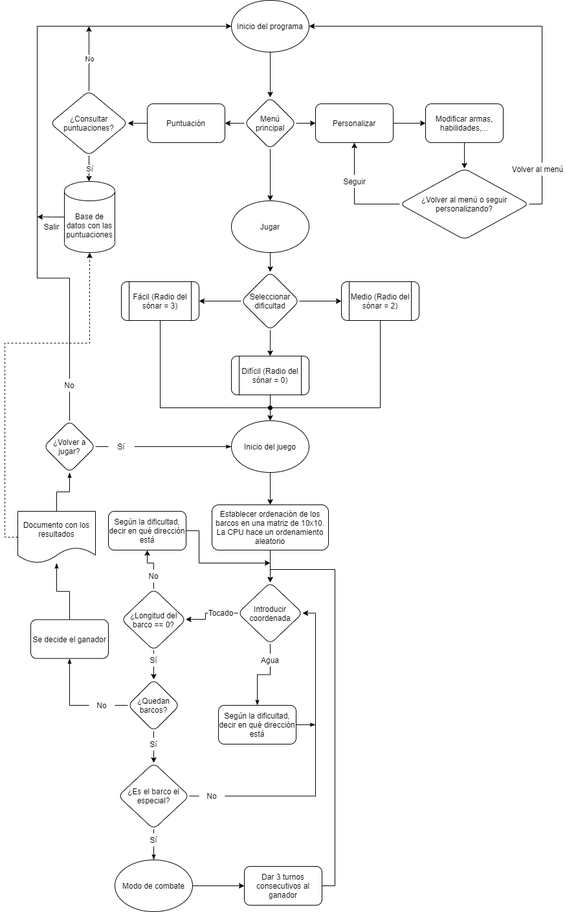
aigora/twIE_2021-proyecto-buque-insignia keeps this draw.io diagram as Diagrama de flujo.png. Above is the earlier version. Source tidied: cells renumbered, new cells last; positions are measured from the earlier drawing's top-left corner, leaving out a move shared by most shapes.
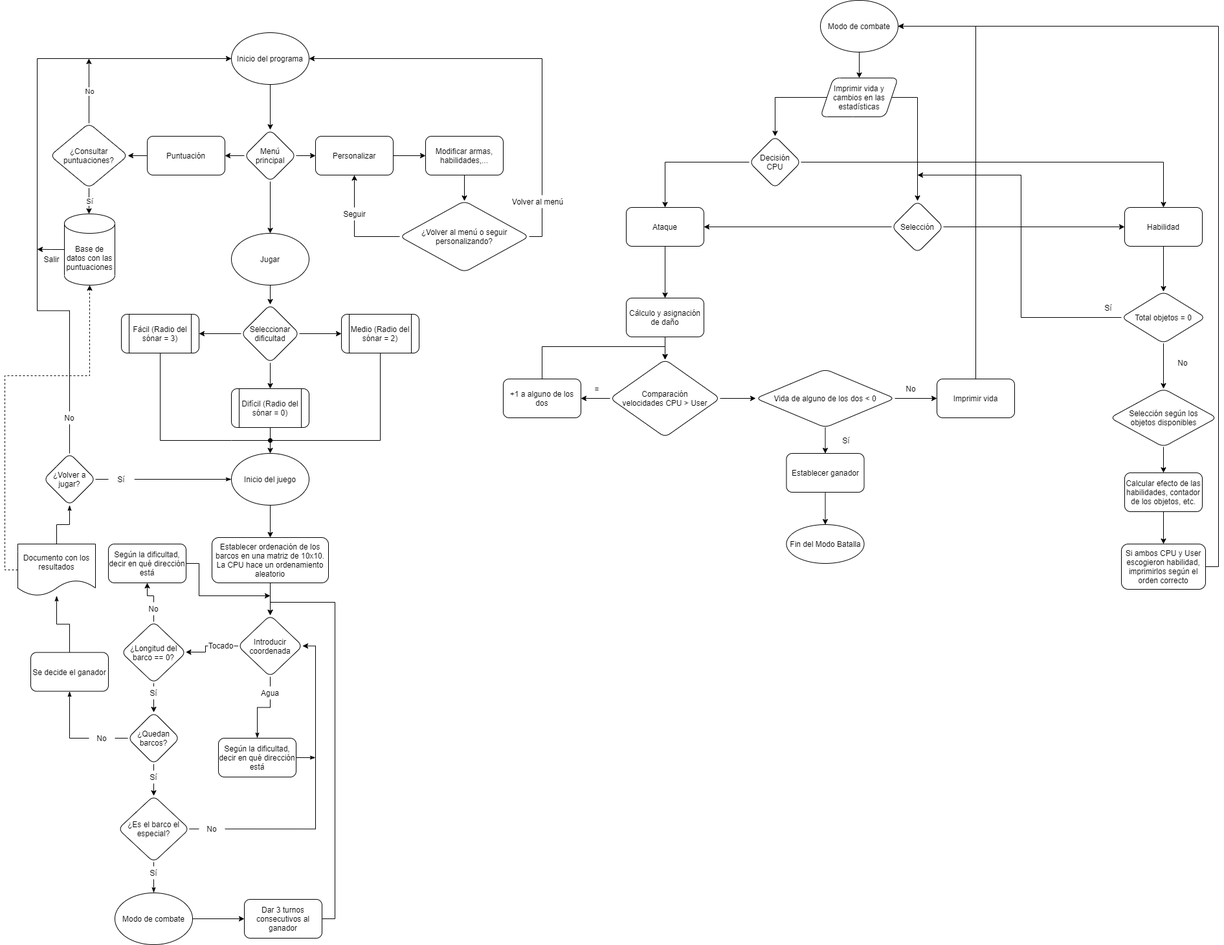
Above is the later version.

Change to the diagram source:
```diff
@@ -303,5 +303,147 @@
     <mxCell id="83" value="Seguir" style="text;html=1;align=center;verticalAlign=middle;fillColor=#ffffff;" parent="1" vertex="1">
       <mxGeometry x="515" y="270" width="50" height="20" as="geometry" />
     </mxCell>
+    <mxCell id="84" style="edgeStyle=orthogonalEdgeStyle;rounded=0;jettySize=auto;html=1;" parent="1" edge="1" source="85" target="88">
+      <mxGeometry relative="1" as="geometry" />
+    </mxCell>
+    <mxCell id="85" value="Modo de combate" style="ellipse;whiteSpace=wrap;html=1;rounded=1;" parent="1" vertex="1">
+      <mxGeometry x="1260" y="-50" width="120" height="80" as="geometry" />
+    </mxCell>
+    <mxCell id="86" style="edgeStyle=orthogonalEdgeStyle;rounded=0;jettySize=auto;html=1;" parent="1" edge="1" source="88" target="116">
+      <mxGeometry relative="1" as="geometry" />
+    </mxCell>
+    <mxCell id="87" style="edgeStyle=orthogonalEdgeStyle;rounded=0;jettySize=auto;html=1;exitX=1;exitY=0.5;exitDx=0;exitDy=0;entryX=0.5;entryY=0;entryDx=0;entryDy=0;" parent="1" edge="1" source="88" target="91">
+      <mxGeometry relative="1" as="geometry">
+        <Array as="points">
+          <mxPoint x="1410" y="100" />
+        </Array>
+      </mxGeometry>
+    </mxCell>
+    <mxCell id="88" value="Imprimir vida y cambios en las estadísticas" style="shape=parallelogram;perimeter=parallelogramPerimeter;whiteSpace=wrap;html=1;fixedSize=1;rounded=1;" parent="1" vertex="1">
+      <mxGeometry x="1260" y="70" width="120" height="60" as="geometry" />
+    </mxCell>
+    <mxCell id="89" style="edgeStyle=orthogonalEdgeStyle;rounded=0;jettySize=auto;html=1;" parent="1" edge="1" source="91" target="93">
+      <mxGeometry relative="1" as="geometry" />
+    </mxCell>
+    <mxCell id="90" style="edgeStyle=orthogonalEdgeStyle;rounded=0;jettySize=auto;html=1;" parent="1" edge="1" source="91" target="95">
+      <mxGeometry relative="1" as="geometry" />
+    </mxCell>
+    <mxCell id="91" value="Selección" style="rhombus;whiteSpace=wrap;html=1;rounded=1;" parent="1" vertex="1">
+      <mxGeometry x="1370" y="260" width="80" height="80" as="geometry" />
+    </mxCell>
+    <mxCell id="92" style="edgeStyle=orthogonalEdgeStyle;rounded=0;jettySize=auto;html=1;" parent="1" edge="1" source="93" target="97">
+      <mxGeometry relative="1" as="geometry" />
+    </mxCell>
+    <mxCell id="93" value="Ataque" style="whiteSpace=wrap;html=1;rounded=1;" parent="1" vertex="1">
+      <mxGeometry x="960" y="270" width="120" height="60" as="geometry" />
+    </mxCell>
+    <mxCell id="94" style="edgeStyle=orthogonalEdgeStyle;rounded=0;jettySize=auto;html=1;" parent="1" edge="1" source="95" target="119">
+      <mxGeometry relative="1" as="geometry" />
+    </mxCell>
+    <mxCell id="95" value="Habilidad" style="whiteSpace=wrap;html=1;rounded=1;" parent="1" vertex="1">
+      <mxGeometry x="1730" y="270" width="120" height="60" as="geometry" />
+    </mxCell>
+    <mxCell id="96" style="edgeStyle=orthogonalEdgeStyle;rounded=0;jettySize=auto;html=1;" parent="1" edge="1" source="97" target="100">
+      <mxGeometry relative="1" as="geometry" />
+    </mxCell>
+    <mxCell id="97" value="Cálculo y asignación de daño" style="whiteSpace=wrap;html=1;rounded=1;" parent="1" vertex="1">
+      <mxGeometry x="960" y="410" width="120" height="60" as="geometry" />
+    </mxCell>
+    <mxCell id="98" style="edgeStyle=orthogonalEdgeStyle;rounded=0;jettySize=auto;html=1;" parent="1" edge="1" source="100" target="102">
+      <mxGeometry relative="1" as="geometry" />
+    </mxCell>
+    <mxCell id="99" style="edgeStyle=orthogonalEdgeStyle;rounded=0;jettySize=auto;html=1;" parent="1" edge="1" source="100" target="106">
+      <mxGeometry relative="1" as="geometry" />
+    </mxCell>
+    <mxCell id="100" value="Comparación&lt;br&gt;velocidades CPU &amp;gt; User" style="rhombus;whiteSpace=wrap;html=1;rounded=1;" parent="1" vertex="1">
+      <mxGeometry x="935" y="505" width="170" height="120" as="geometry" />
+    </mxCell>
+    <mxCell id="101" style="edgeStyle=orthogonalEdgeStyle;rounded=0;jettySize=auto;html=1;exitX=0.5;exitY=0;exitDx=0;exitDy=0;entryX=0.5;entryY=0;entryDx=0;entryDy=0;" parent="1" edge="1" source="102" target="100">
+      <mxGeometry relative="1" as="geometry" />
+    </mxCell>
+    <mxCell id="102" value="+1 a alguno de los dos" style="whiteSpace=wrap;html=1;rounded=1;" parent="1" vertex="1">
+      <mxGeometry x="770" y="535" width="120" height="60" as="geometry" />
+    </mxCell>
+    <mxCell id="103" value="=" style="text;html=1;strokeColor=none;fillColor=none;align=center;verticalAlign=middle;whiteSpace=wrap;rounded=0;" parent="1" vertex="1">
+      <mxGeometry x="895" y="540" width="40" height="20" as="geometry" />
+    </mxCell>
+    <mxCell id="104" style="edgeStyle=orthogonalEdgeStyle;rounded=0;jettySize=auto;html=1;" parent="1" edge="1" source="106" target="108">
+      <mxGeometry relative="1" as="geometry" />
+    </mxCell>
+    <mxCell id="105" style="edgeStyle=orthogonalEdgeStyle;rounded=0;jettySize=auto;html=1;" parent="1" edge="1" source="106" target="110">
+      <mxGeometry relative="1" as="geometry" />
+    </mxCell>
+    <mxCell id="106" value="Vida de alguno de los dos &amp;lt; 0" style="rhombus;whiteSpace=wrap;html=1;rounded=1;" parent="1" vertex="1">
+      <mxGeometry x="1160" y="520" width="215" height="90" as="geometry" />
+    </mxCell>
+    <mxCell id="107" style="edgeStyle=orthogonalEdgeStyle;rounded=0;jettySize=auto;html=1;exitX=0.5;exitY=0;exitDx=0;exitDy=0;entryX=1;entryY=0.5;entryDx=0;entryDy=0;" parent="1" edge="1" source="108" target="85">
+      <mxGeometry relative="1" as="geometry" />
+    </mxCell>
+    <mxCell id="108" value="Imprimir vida" style="whiteSpace=wrap;html=1;rounded=1;" parent="1" vertex="1">
+      <mxGeometry x="1440" y="535" width="120" height="60" as="geometry" />
+    </mxCell>
+    <mxCell id="109" style="edgeStyle=orthogonalEdgeStyle;rounded=0;jettySize=auto;html=1;" parent="1" edge="1" source="110" target="111">
+      <mxGeometry relative="1" as="geometry" />
+    </mxCell>
+    <mxCell id="110" value="Establecer ganador" style="whiteSpace=wrap;html=1;rounded=1;gradientColor=#ffffff;" parent="1" vertex="1">
+      <mxGeometry x="1207.5" y="650" width="120" height="60" as="geometry" />
+    </mxCell>
+    <mxCell id="111" value="Fin del Modo Batalla" style="ellipse;whiteSpace=wrap;html=1;rounded=1;gradientColor=#ffffff;" parent="1" vertex="1">
+      <mxGeometry x="1207.5" y="760" width="120" height="60" as="geometry" />
+    </mxCell>
+    <mxCell id="112" value="Sí" style="text;html=1;strokeColor=none;fillColor=none;align=center;verticalAlign=middle;whiteSpace=wrap;rounded=0;" parent="1" vertex="1">
+      <mxGeometry x="1280" y="620" width="40" height="20" as="geometry" />
+    </mxCell>
+    <mxCell id="113" value="No" style="text;html=1;strokeColor=none;fillColor=none;align=center;verticalAlign=middle;whiteSpace=wrap;rounded=0;" parent="1" vertex="1">
+      <mxGeometry x="1380" y="540" width="40" height="20" as="geometry" />
+    </mxCell>
+    <mxCell id="114" style="edgeStyle=orthogonalEdgeStyle;rounded=0;jettySize=auto;html=1;exitX=0;exitY=0.5;exitDx=0;exitDy=0;entryX=0.5;entryY=0;entryDx=0;entryDy=0;" parent="1" edge="1" source="116" target="93">
+      <mxGeometry relative="1" as="geometry" />
+    </mxCell>
+    <mxCell id="115" style="edgeStyle=orthogonalEdgeStyle;rounded=0;jettySize=auto;html=1;exitX=1;exitY=0.5;exitDx=0;exitDy=0;entryX=0.5;entryY=0;entryDx=0;entryDy=0;" parent="1" edge="1" source="116" target="95">
+      <mxGeometry relative="1" as="geometry" />
+    </mxCell>
+    <mxCell id="116" value="Decisión&lt;br&gt;CPU" style="rhombus;whiteSpace=wrap;html=1;rounded=1;" parent="1" vertex="1">
+      <mxGeometry x="1150" y="160" width="80" height="80" as="geometry" />
+    </mxCell>
+    <mxCell id="117" style="edgeStyle=orthogonalEdgeStyle;rounded=0;jettySize=auto;html=1;exitX=0;exitY=0.5;exitDx=0;exitDy=0;" parent="1" edge="1" source="119">
+      <mxGeometry relative="1" as="geometry">
+        <mxPoint x="1410" y="220" as="targetPoint" />
+        <Array as="points">
+          <mxPoint x="1570" y="440" />
+          <mxPoint x="1570" y="220" />
+        </Array>
+      </mxGeometry>
+    </mxCell>
+    <mxCell id="118" style="edgeStyle=orthogonalEdgeStyle;rounded=0;jettySize=auto;html=1;" parent="1" edge="1" source="119" target="122">
+      <mxGeometry relative="1" as="geometry" />
+    </mxCell>
+    <mxCell id="119" value="Total objetos = 0" style="rhombus;whiteSpace=wrap;html=1;rounded=1;" parent="1" vertex="1">
+      <mxGeometry x="1725" y="400" width="130" height="80" as="geometry" />
+    </mxCell>
+    <mxCell id="120" value="Sí" style="text;html=1;strokeColor=none;fillColor=none;align=center;verticalAlign=middle;whiteSpace=wrap;rounded=0;" parent="1" vertex="1">
+      <mxGeometry x="1685" y="415" width="40" height="20" as="geometry" />
+    </mxCell>
+    <mxCell id="121" style="edgeStyle=orthogonalEdgeStyle;rounded=0;jettySize=auto;html=1;" parent="1" edge="1" source="122" target="125">
+      <mxGeometry relative="1" as="geometry" />
+    </mxCell>
+    <mxCell id="122" value="Selección según los&lt;br&gt;objetos disponibles" style="rhombus;whiteSpace=wrap;html=1;rounded=1;" parent="1" vertex="1">
+      <mxGeometry x="1707.5" y="550" width="165" height="90" as="geometry" />
+    </mxCell>
+    <mxCell id="123" value="No" style="text;html=1;strokeColor=none;fillColor=none;align=center;verticalAlign=middle;whiteSpace=wrap;rounded=0;" parent="1" vertex="1">
+      <mxGeometry x="1800" y="500" width="40" height="20" as="geometry" />
+    </mxCell>
+    <mxCell id="124" style="edgeStyle=orthogonalEdgeStyle;rounded=0;jettySize=auto;html=1;" parent="1" edge="1" source="125" target="127">
+      <mxGeometry relative="1" as="geometry" />
+    </mxCell>
+    <mxCell id="125" value="Calcular efecto de las habilidades, contador de los objetos, etc." style="whiteSpace=wrap;html=1;rounded=1;" parent="1" vertex="1">
+      <mxGeometry x="1730" y="680" width="120" height="60" as="geometry" />
+    </mxCell>
+    <mxCell id="126" style="edgeStyle=orthogonalEdgeStyle;rounded=0;jettySize=auto;html=1;exitX=1;exitY=0.5;exitDx=0;exitDy=0;entryX=1;entryY=0.5;entryDx=0;entryDy=0;" parent="1" edge="1" source="127" target="85">
+      <mxGeometry relative="1" as="geometry" />
+    </mxCell>
+    <mxCell id="127" value="Si ambos CPU y User escogieron habilidad, imprimirlos según el orden correcto" style="whiteSpace=wrap;html=1;rounded=1;" parent="1" vertex="1">
+      <mxGeometry x="1725" y="790" width="130" height="70" as="geometry" />
+    </mxCell>
   </root>
 </mxGraphModel>
```
